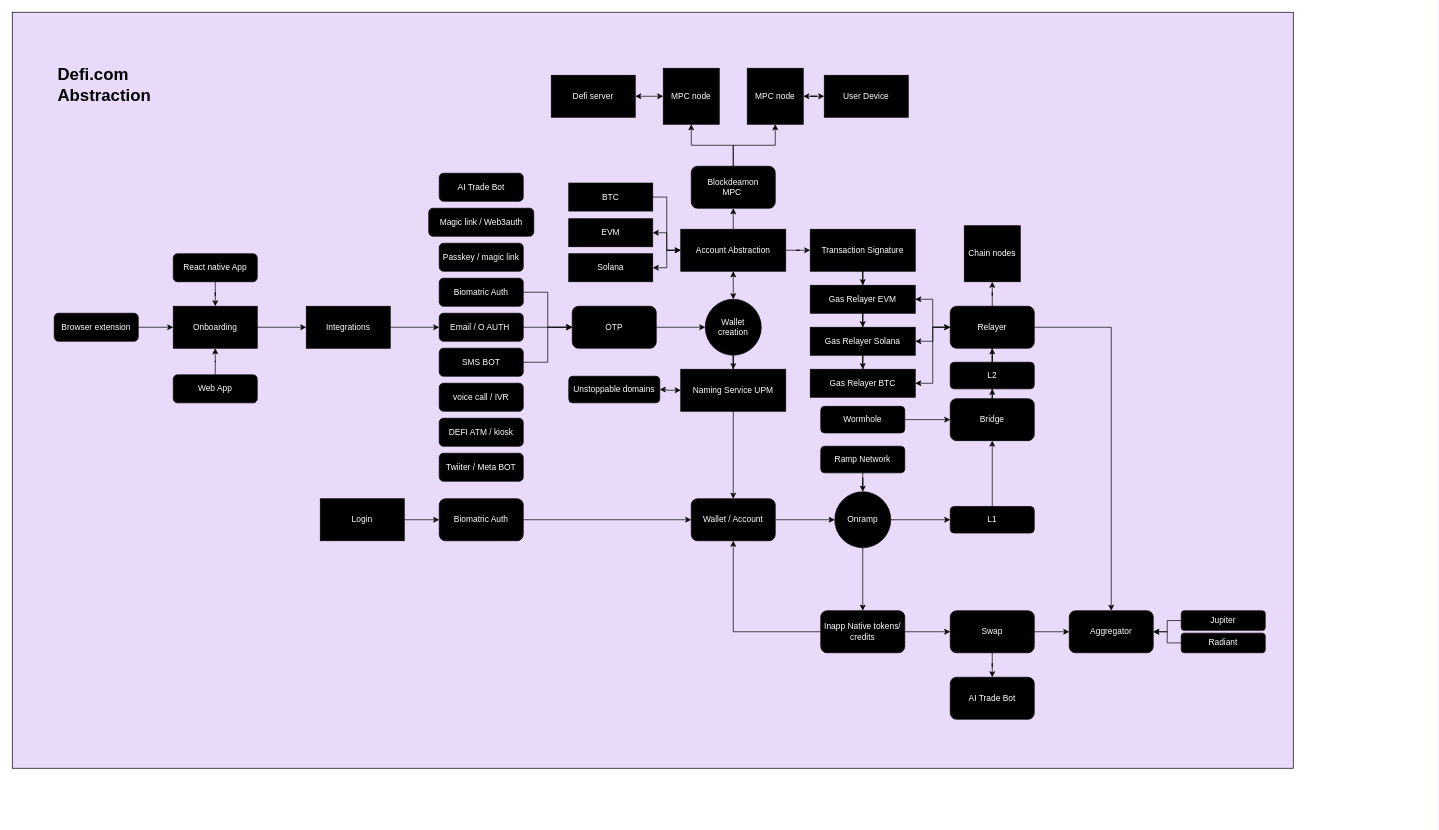
Above: PasswordlessWalletDefi.com.drawio in ali-05-ahmed/Concept-Diagrams (draw.io), before the change. Source tidied: cells renumbered, new cells numbered last; positions are measured from the earlier drawing's top-left corner, leaving out a move shared by most shapes. Both pictures are drawn from the tidied source at 70%, with x=0, y=0 at pixel (12, 12).
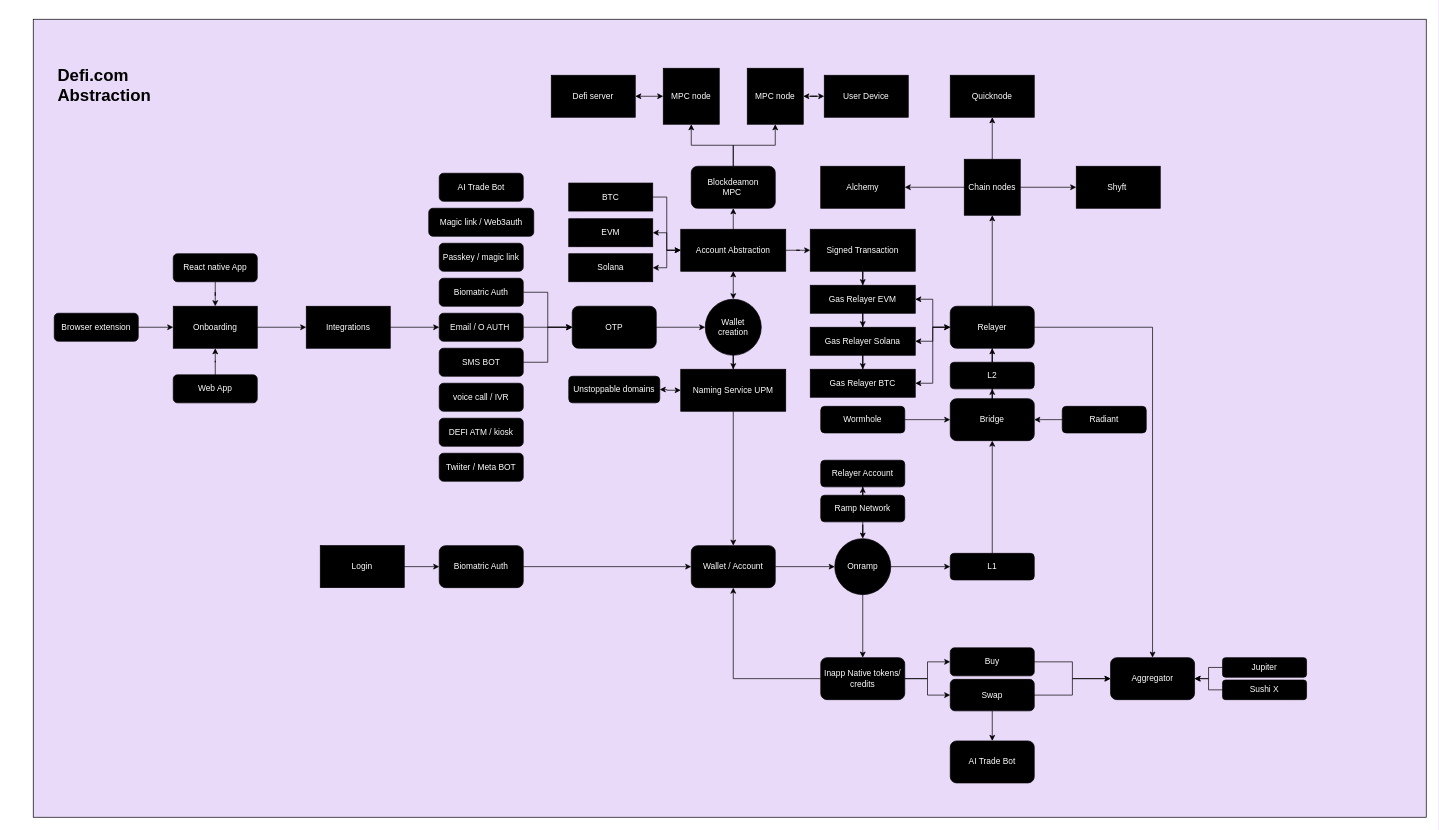
The same diagram, later.

Unchanged cells that the change refers to:
```xml
<mxCell id="59" value="Relayer" style="rounded=1;whiteSpace=wrap;html=1;fillColor=#000000;strokeColor=#000000;fontColor=#FFFFFF;" parent="1" vertex="1">
  <mxGeometry x="1340" y="420" width="120" height="60" as="geometry" />
</mxCell>
<mxCell id="65" value="Bridge" style="rounded=1;whiteSpace=wrap;html=1;fillColor=#000000;strokeColor=#000000;fontColor=#FFFFFF;" parent="1" vertex="1">
  <mxGeometry x="1340" y="552" width="120" height="60" as="geometry" />
</mxCell>
```

What changed in the source:
```diff
@@
     <mxCell id="2" style="rounded=0;whiteSpace=wrap;html=1;fillColor=#EADAFA;strokeColor=#000000;" parent="1" vertex="1">
-      <mxGeometry width="1830" height="1080" as="geometry" />
+      <mxGeometry x="30" y="10" width="1990" height="1140" as="geometry" />
     </mxCell>
@@
     <mxCell id="24" value="Login" style="rounded=0;whiteSpace=wrap;html=1;fillColor=#000000;strokeColor=#000000;fontColor=#FFFFFF;" parent="1" vertex="1">
-      <mxGeometry x="440" y="695" width="120" height="60" as="geometry" />
+      <mxGeometry x="440" y="762" width="120" height="60" as="geometry" />
     </mxCell>
@@
     <mxCell id="26" value="Biomatric Auth" style="rounded=1;whiteSpace=wrap;html=1;fillColor=#000000;strokeColor=#000000;fontColor=#FFFFFF;" parent="1" vertex="1">
-      <mxGeometry x="610" y="695" width="120" height="60" as="geometry" />
+      <mxGeometry x="610" y="762" width="120" height="60" as="geometry" />
     </mxCell>
@@
     <mxCell id="28" value="Wallet / Account" style="rounded=1;whiteSpace=wrap;html=1;fillColor=#000000;strokeColor=#000000;fontColor=#FFFFFF;" parent="1" vertex="1">
-      <mxGeometry x="970" y="695" width="120" height="60" as="geometry" />
+      <mxGeometry x="970" y="762" width="120" height="60" as="geometry" />
     </mxCell>
@@
-    <mxCell id="46" value="Transaction Signature" style="rounded=0;whiteSpace=wrap;html=1;fillColor=#000000;strokeColor=#000000;fontColor=#FFFFFF;" parent="1" vertex="1">
+    <mxCell id="46" value="Signed Transaction" style="rounded=0;whiteSpace=wrap;html=1;fillColor=#000000;strokeColor=#000000;fontColor=#FFFFFF;" parent="1" vertex="1">
       <mxGeometry x="1140" y="310" width="150" height="60" as="geometry" />
     </mxCell>
@@
     <mxCell id="49" value="Onramp" style="ellipse;whiteSpace=wrap;html=1;rounded=1;fillColor=#000000;strokeColor=#000000;fontColor=#FFFFFF;" parent="1" vertex="1">
-      <mxGeometry x="1175" y="685" width="80" height="80" as="geometry" />
+      <mxGeometry x="1175" y="752" width="80" height="80" as="geometry" />
     </mxCell>
@@
+    <mxCell id="98" style="edgeStyle=orthogonalEdgeStyle;rounded=0;jettySize=auto;html=1;entryX=0;entryY=0.5;entryDx=0;entryDy=0;" parent="1" edge="1" source="52" target="104">
+      <mxGeometry relative="1" as="geometry" />
+    </mxCell>
     <mxCell id="52" value="Inapp Native tokens/ credits" style="rounded=1;whiteSpace=wrap;html=1;fillColor=#000000;strokeColor=#000000;fontColor=#FFFFFF;" parent="1" vertex="1">
-      <mxGeometry x="1155" y="855" width="120" height="60" as="geometry" />
+      <mxGeometry x="1155" y="922" width="120" height="60" as="geometry" />
     </mxCell>
@@
     <mxCell id="56" style="edgeStyle=orthogonalEdgeStyle;rounded=0;jettySize=auto;html=1;fillColor=#dae8fc;strokeColor=#000000;fontColor=#FFFFFF;" parent="1" edge="1" source="59" target="69">
-      <mxGeometry relative="1" as="geometry" />
+      <mxGeometry relative="1" as="geometry">
+        <Array as="points">
+          <mxPoint x="1629" y="450" />
+        </Array>
+      </mxGeometry>
     </mxCell>
@@
     <mxCell id="61" value="L1" style="whiteSpace=wrap;html=1;rounded=1;fillColor=#000000;strokeColor=#000000;fontColor=#FFFFFF;" parent="1" vertex="1">
-      <mxGeometry x="1340" y="706" width="120" height="38" as="geometry" />
+      <mxGeometry x="1340" y="773" width="120" height="38" as="geometry" />
     </mxCell>
@@
     <mxCell id="68" value="Swap" style="rounded=1;whiteSpace=wrap;html=1;fillColor=#000000;strokeColor=#000000;fontColor=#FFFFFF;" parent="1" vertex="1">
-      <mxGeometry x="1340" y="855" width="120" height="60" as="geometry" />
+      <mxGeometry x="1340" y="953" width="120" height="45" as="geometry" />
     </mxCell>
     <mxCell id="69" value="Aggregator" style="rounded=1;whiteSpace=wrap;html=1;fillColor=#000000;strokeColor=#000000;fontColor=#FFFFFF;" parent="1" vertex="1">
-      <mxGeometry x="1510" y="855" width="120" height="60" as="geometry" />
+      <mxGeometry x="1569" y="922" width="120" height="60" as="geometry" />
     </mxCell>
@@
     <mxCell id="71" value="Jupiter" style="whiteSpace=wrap;html=1;rounded=1;fillColor=#000000;strokeColor=#000000;fontColor=#FFFFFF;" parent="1" vertex="1">
-      <mxGeometry x="1670" y="855" width="120" height="28" as="geometry" />
+      <mxGeometry x="1729" y="922" width="120" height="28" as="geometry" />
     </mxCell>
@@
-    <mxCell id="73" value="Radiant" style="whiteSpace=wrap;html=1;rounded=1;fillColor=#000000;strokeColor=#000000;fontColor=#FFFFFF;" parent="1" vertex="1">
-      <mxGeometry x="1670" y="887" width="120" height="28" as="geometry" />
+    <mxCell id="73" value="Sushi X" style="whiteSpace=wrap;html=1;rounded=1;fillColor=#000000;strokeColor=#000000;fontColor=#FFFFFF;" parent="1" vertex="1">
+      <mxGeometry x="1729" y="954" width="120" height="28" as="geometry" />
     </mxCell>
@@
+    <mxCell id="99" style="edgeStyle=orthogonalEdgeStyle;rounded=0;jettySize=auto;html=1;" parent="1" edge="1" source="76" target="110">
+      <mxGeometry relative="1" as="geometry" />
+    </mxCell>
+    <mxCell id="100" style="edgeStyle=orthogonalEdgeStyle;rounded=0;jettySize=auto;html=1;" parent="1" edge="1" source="76" target="108">
+      <mxGeometry relative="1" as="geometry" />
+    </mxCell>
+    <mxCell id="101" style="edgeStyle=orthogonalEdgeStyle;rounded=0;jettySize=auto;html=1;" parent="1" edge="1" source="76" target="109">
+      <mxGeometry relative="1" as="geometry" />
+    </mxCell>
     <mxCell id="76" value="Chain nodes" style="whiteSpace=wrap;html=1;fillColor=#000000;strokeColor=#000000;fontColor=#FFFFFF;" parent="1" vertex="1">
-      <mxGeometry x="1360" y="305" width="80" height="80" as="geometry" />
+      <mxGeometry x="1360" y="210" width="80" height="80" as="geometry" />
     </mxCell>
@@
+    <mxCell id="102" style="edgeStyle=orthogonalEdgeStyle;rounded=0;jettySize=auto;html=1;" parent="1" edge="1" source="82" target="105">
+      <mxGeometry relative="1" as="geometry" />
+    </mxCell>
     <mxCell id="82" value="Ramp Network" style="whiteSpace=wrap;html=1;rounded=1;fillColor=#000000;strokeColor=#000000;fontColor=#FFFFFF;" parent="1" vertex="1">
-      <mxGeometry x="1155" y="620" width="120" height="38" as="geometry" />
+      <mxGeometry x="1155" y="690" width="120" height="38" as="geometry" />
     </mxCell>
     <mxCell id="83" value="AI Trade Bot" style="rounded=1;whiteSpace=wrap;html=1;fillColor=#000000;strokeColor=#000000;fontColor=#FFFFFF;" parent="1" vertex="1">
-      <mxGeometry x="1340" y="950" width="120" height="60" as="geometry" />
+      <mxGeometry x="1340" y="1041" width="120" height="60" as="geometry" />
     </mxCell>
@@
+    <mxCell id="103" style="edgeStyle=orthogonalEdgeStyle;rounded=0;jettySize=auto;html=1;" parent="1" edge="1" source="104" target="69">
+      <mxGeometry relative="1" as="geometry" />
+    </mxCell>
+    <mxCell id="104" value="Buy" style="rounded=1;whiteSpace=wrap;html=1;fillColor=#000000;strokeColor=#000000;fontColor=#FFFFFF;" parent="1" vertex="1">
+      <mxGeometry x="1340" y="908" width="120" height="40" as="geometry" />
+    </mxCell>
+    <mxCell id="105" value="Relayer Account" style="whiteSpace=wrap;html=1;rounded=1;fillColor=#000000;strokeColor=#000000;fontColor=#FFFFFF;" parent="1" vertex="1">
+      <mxGeometry x="1155" y="640" width="120" height="38" as="geometry" />
+    </mxCell>
+    <mxCell id="106" style="edgeStyle=orthogonalEdgeStyle;rounded=0;jettySize=auto;html=1;" parent="1" edge="1" source="107" target="65">
+      <mxGeometry relative="1" as="geometry" />
+    </mxCell>
+    <mxCell id="107" value="Radiant" style="whiteSpace=wrap;html=1;rounded=1;fillColor=#000000;strokeColor=#000000;fontColor=#FFFFFF;" parent="1" vertex="1">
+      <mxGeometry x="1500" y="563" width="120" height="38" as="geometry" />
+    </mxCell>
+    <mxCell id="108" value="Shyft&amp;nbsp;" style="whiteSpace=wrap;html=1;fillColor=#000000;strokeColor=#000000;fontColor=#FFFFFF;" parent="1" vertex="1">
+      <mxGeometry x="1520" y="220" width="120" height="60" as="geometry" />
+    </mxCell>
+    <mxCell id="109" value="Alchemy" style="whiteSpace=wrap;html=1;fillColor=#000000;strokeColor=#000000;fontColor=#FFFFFF;" parent="1" vertex="1">
+      <mxGeometry x="1155" y="220" width="120" height="60" as="geometry" />
+    </mxCell>
+    <mxCell id="110" value="Quicknode" style="whiteSpace=wrap;html=1;fillColor=#000000;strokeColor=#000000;fontColor=#FFFFFF;" parent="1" vertex="1">
+      <mxGeometry x="1340" y="90" width="120" height="60" as="geometry" />
+    </mxCell>
```
